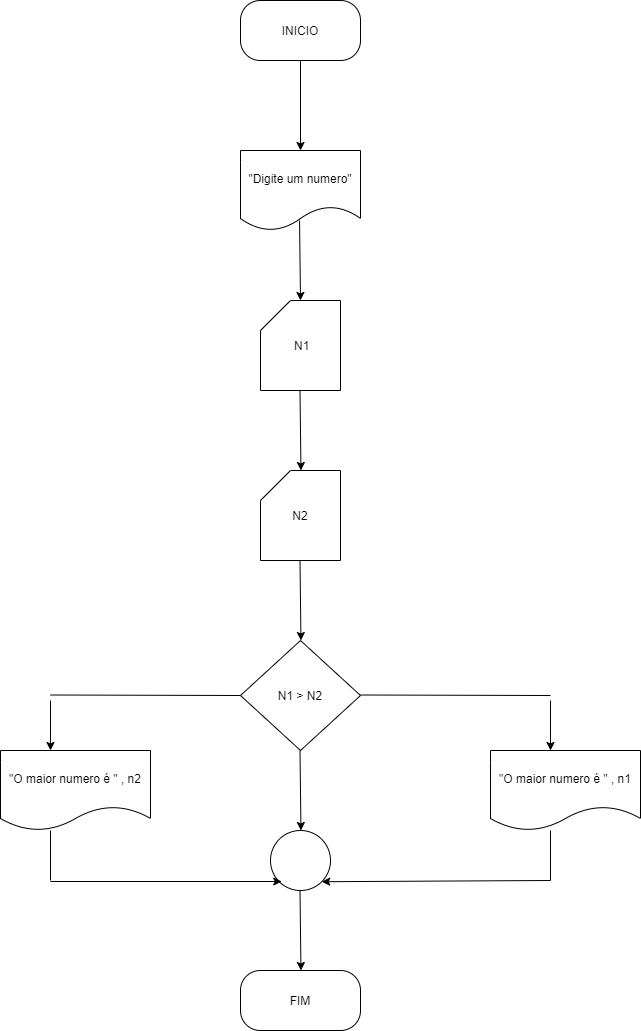
Earlier version of the draw.io export 13/diagrama013.drawio.png (SimioniMoises/Estrutura-sequencial). Source tidied: cells renumbered, new cells last; positions are measured from the earlier drawing's top-left corner, leaving out a move shared by most shapes. Source of this version:
```xml
<mxGraphModel>
  <root>
    <mxCell id="0" />
    <mxCell id="1" parent="0" />
    <mxCell id="2" style="edgeStyle=none;html=1;" parent="1" edge="1" source="3" target="5">
      <mxGeometry relative="1" as="geometry" />
    </mxCell>
    <mxCell id="3" value="INICIO" style="rounded=1;whiteSpace=wrap;html=1;arcSize=33;" parent="1" vertex="1">
      <mxGeometry x="240" width="120" height="60" as="geometry" />
    </mxCell>
    <mxCell id="4" style="edgeStyle=none;html=1;entryX=0.5;entryY=0;entryDx=0;entryDy=0;entryPerimeter=0;exitX=0.492;exitY=0.875;exitDx=0;exitDy=0;exitPerimeter=0;" parent="1" edge="1" source="5" target="6">
      <mxGeometry relative="1" as="geometry" />
    </mxCell>
    <mxCell id="5" value="&quot;Digite um numero&quot;" style="shape=document;whiteSpace=wrap;html=1;boundedLbl=1;" parent="1" vertex="1">
      <mxGeometry x="240" y="150" width="120" height="80" as="geometry" />
    </mxCell>
    <mxCell id="6" value="&amp;nbsp;N1" style="shape=card;whiteSpace=wrap;html=1;" parent="1" vertex="1">
      <mxGeometry x="260" y="300" width="80" height="90" as="geometry" />
    </mxCell>
    <mxCell id="7" value="N2" style="shape=card;whiteSpace=wrap;html=1;" parent="1" vertex="1">
      <mxGeometry x="260" y="470" width="80" height="90" as="geometry" />
    </mxCell>
    <mxCell id="8" value="N1 &amp;gt; N2" style="rhombus;whiteSpace=wrap;html=1;" parent="1" vertex="1">
      <mxGeometry x="240" y="640" width="120" height="110" as="geometry" />
    </mxCell>
    <mxCell id="9" style="ellipse;whiteSpace=wrap;html=1;" parent="1" vertex="1">
      <mxGeometry x="270" y="830" width="60" height="60" as="geometry" />
    </mxCell>
    <mxCell id="10" value="&quot;O maior numero é &quot; , n2" style="shape=document;whiteSpace=wrap;html=1;boundedLbl=1;" parent="1" vertex="1">
      <mxGeometry y="750" width="150" height="80" as="geometry" />
    </mxCell>
    <mxCell id="11" value="&quot;O maior numero é &quot; , n1" style="shape=document;whiteSpace=wrap;html=1;boundedLbl=1;" parent="1" vertex="1">
      <mxGeometry x="490" y="750" width="150" height="80" as="geometry" />
    </mxCell>
    <mxCell id="12" value="FIM" style="rounded=1;whiteSpace=wrap;html=1;arcSize=33;" parent="1" vertex="1">
      <mxGeometry x="240" y="970" width="120" height="60" as="geometry" />
    </mxCell>
    <mxCell id="13" style="edgeStyle=none;html=1;entryX=0.5;entryY=0;entryDx=0;entryDy=0;entryPerimeter=0;exitX=0.492;exitY=0.875;exitDx=0;exitDy=0;exitPerimeter=0;" parent="1" edge="1">
      <mxGeometry relative="1" as="geometry">
        <mxPoint x="299.5" y="390" as="sourcePoint" />
        <mxPoint x="300.5" y="470" as="targetPoint" />
      </mxGeometry>
    </mxCell>
    <mxCell id="14" style="edgeStyle=none;html=1;entryX=0.5;entryY=0;entryDx=0;entryDy=0;entryPerimeter=0;exitX=0.492;exitY=0.875;exitDx=0;exitDy=0;exitPerimeter=0;" parent="1" edge="1">
      <mxGeometry relative="1" as="geometry">
        <mxPoint x="299.5" y="560" as="sourcePoint" />
        <mxPoint x="300.5" y="640" as="targetPoint" />
      </mxGeometry>
    </mxCell>
    <mxCell id="15" style="edgeStyle=none;html=1;entryX=0.5;entryY=0;entryDx=0;entryDy=0;entryPerimeter=0;exitX=0.492;exitY=0.875;exitDx=0;exitDy=0;exitPerimeter=0;" parent="1" edge="1">
      <mxGeometry relative="1" as="geometry">
        <mxPoint x="299.5" y="750" as="sourcePoint" />
        <mxPoint x="300.5" y="830" as="targetPoint" />
      </mxGeometry>
    </mxCell>
    <mxCell id="16" style="edgeStyle=none;html=1;entryX=0.5;entryY=0;entryDx=0;entryDy=0;entryPerimeter=0;exitX=0.492;exitY=0.875;exitDx=0;exitDy=0;exitPerimeter=0;" parent="1" edge="1">
      <mxGeometry relative="1" as="geometry">
        <mxPoint x="299.5" y="890" as="sourcePoint" />
        <mxPoint x="300.5" y="970" as="targetPoint" />
      </mxGeometry>
    </mxCell>
    <mxCell id="17" style="endArrow=none;html=1;" parent="1" edge="1">
      <mxGeometry relative="1" as="geometry">
        <mxPoint x="360" y="694.5" as="sourcePoint" />
        <mxPoint x="550" y="695" as="targetPoint" />
      </mxGeometry>
    </mxCell>
    <mxCell id="18" style="endArrow=none;html=1;" parent="1" edge="1">
      <mxGeometry relative="1" as="geometry">
        <mxPoint x="50" y="694.5" as="sourcePoint" />
        <mxPoint x="240" y="695" as="targetPoint" />
      </mxGeometry>
    </mxCell>
    <mxCell id="19" style="endArrow=classic;html=1;" parent="1" edge="1">
      <mxGeometry relative="1" as="geometry">
        <mxPoint x="50" y="700" as="sourcePoint" />
        <mxPoint x="50" y="750" as="targetPoint" />
      </mxGeometry>
    </mxCell>
    <mxCell id="20" style="endArrow=classic;html=1;" parent="1" edge="1">
      <mxGeometry relative="1" as="geometry">
        <mxPoint x="550" y="700" as="sourcePoint" />
        <mxPoint x="550" y="750" as="targetPoint" />
      </mxGeometry>
    </mxCell>
    <mxCell id="21" style="endArrow=none;html=1;" parent="1" edge="1">
      <mxGeometry relative="1" as="geometry">
        <mxPoint x="50" y="880" as="sourcePoint" />
        <mxPoint x="50" y="830" as="targetPoint" />
      </mxGeometry>
    </mxCell>
    <mxCell id="22" style="endArrow=none;html=1;" parent="1" edge="1">
      <mxGeometry relative="1" as="geometry">
        <mxPoint x="550" y="880" as="sourcePoint" />
        <mxPoint x="550" y="830" as="targetPoint" />
      </mxGeometry>
    </mxCell>
    <mxCell id="23" style="endArrow=classic;html=1;entryX=1;entryY=1;entryDx=0;entryDy=0;" parent="1" edge="1" target="9">
      <mxGeometry relative="1" as="geometry">
        <mxPoint x="550" y="880" as="sourcePoint" />
      </mxGeometry>
    </mxCell>
    <mxCell id="24" style="endArrow=classic;html=1;" parent="1" edge="1">
      <mxGeometry relative="1" as="geometry">
        <mxPoint x="50" y="881" as="sourcePoint" />
        <mxPoint x="281.2" y="881" as="targetPoint" />
      </mxGeometry>
    </mxCell>
  </root>
</mxGraphModel>
```
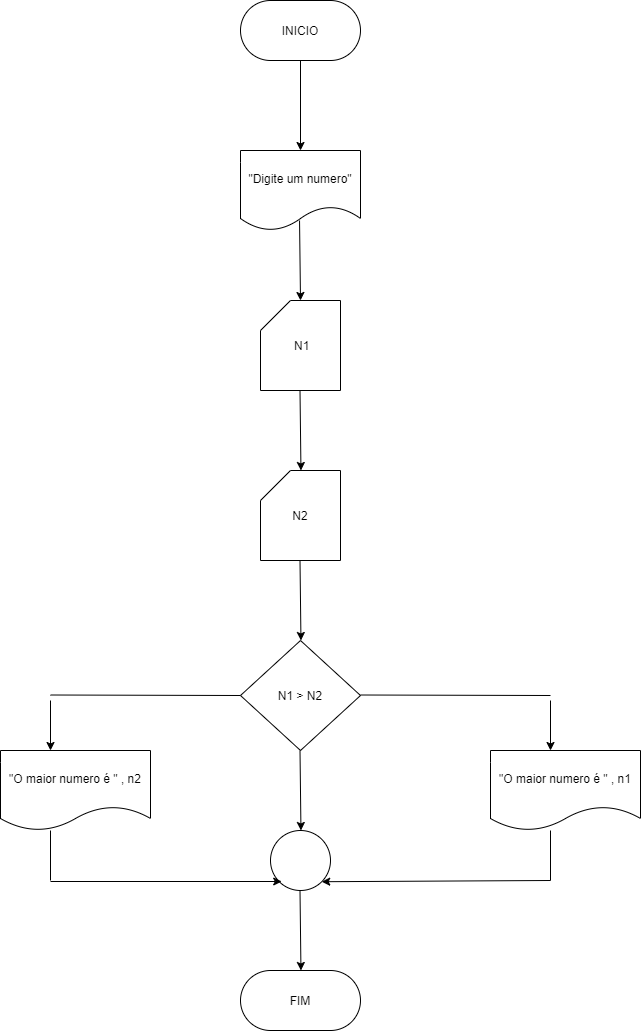
Above is the later version.

The edit, as a diff of the source:
```diff
@@ -5,7 +5,7 @@
     <mxCell id="2" style="edgeStyle=none;html=1;" parent="1" edge="1" source="3" target="5">
       <mxGeometry relative="1" as="geometry" />
     </mxCell>
-    <mxCell id="3" value="INICIO" style="rounded=1;whiteSpace=wrap;html=1;arcSize=33;" parent="1" vertex="1">
+    <mxCell id="3" value="INICIO" style="rounded=1;whiteSpace=wrap;html=1;arcSize=50;" parent="1" vertex="1">
       <mxGeometry x="240" width="120" height="60" as="geometry" />
     </mxCell>
     <mxCell id="4" style="edgeStyle=none;html=1;entryX=0.5;entryY=0;entryDx=0;entryDy=0;entryPerimeter=0;exitX=0.492;exitY=0.875;exitDx=0;exitDy=0;exitPerimeter=0;" parent="1" edge="1" source="5" target="6">
@@ -32,7 +32,7 @@
     <mxCell id="11" value="&quot;O maior numero é &quot; , n1" style="shape=document;whiteSpace=wrap;html=1;boundedLbl=1;" parent="1" vertex="1">
       <mxGeometry x="490" y="750" width="150" height="80" as="geometry" />
     </mxCell>
-    <mxCell id="12" value="FIM" style="rounded=1;whiteSpace=wrap;html=1;arcSize=33;" parent="1" vertex="1">
+    <mxCell id="12" value="FIM" style="rounded=1;whiteSpace=wrap;html=1;arcSize=50;" parent="1" vertex="1">
       <mxGeometry x="240" y="970" width="120" height="60" as="geometry" />
     </mxCell>
     <mxCell id="13" style="edgeStyle=none;html=1;entryX=0.5;entryY=0;entryDx=0;entryDy=0;entryPerimeter=0;exitX=0.492;exitY=0.875;exitDx=0;exitDy=0;exitPerimeter=0;" parent="1" edge="1">
```
